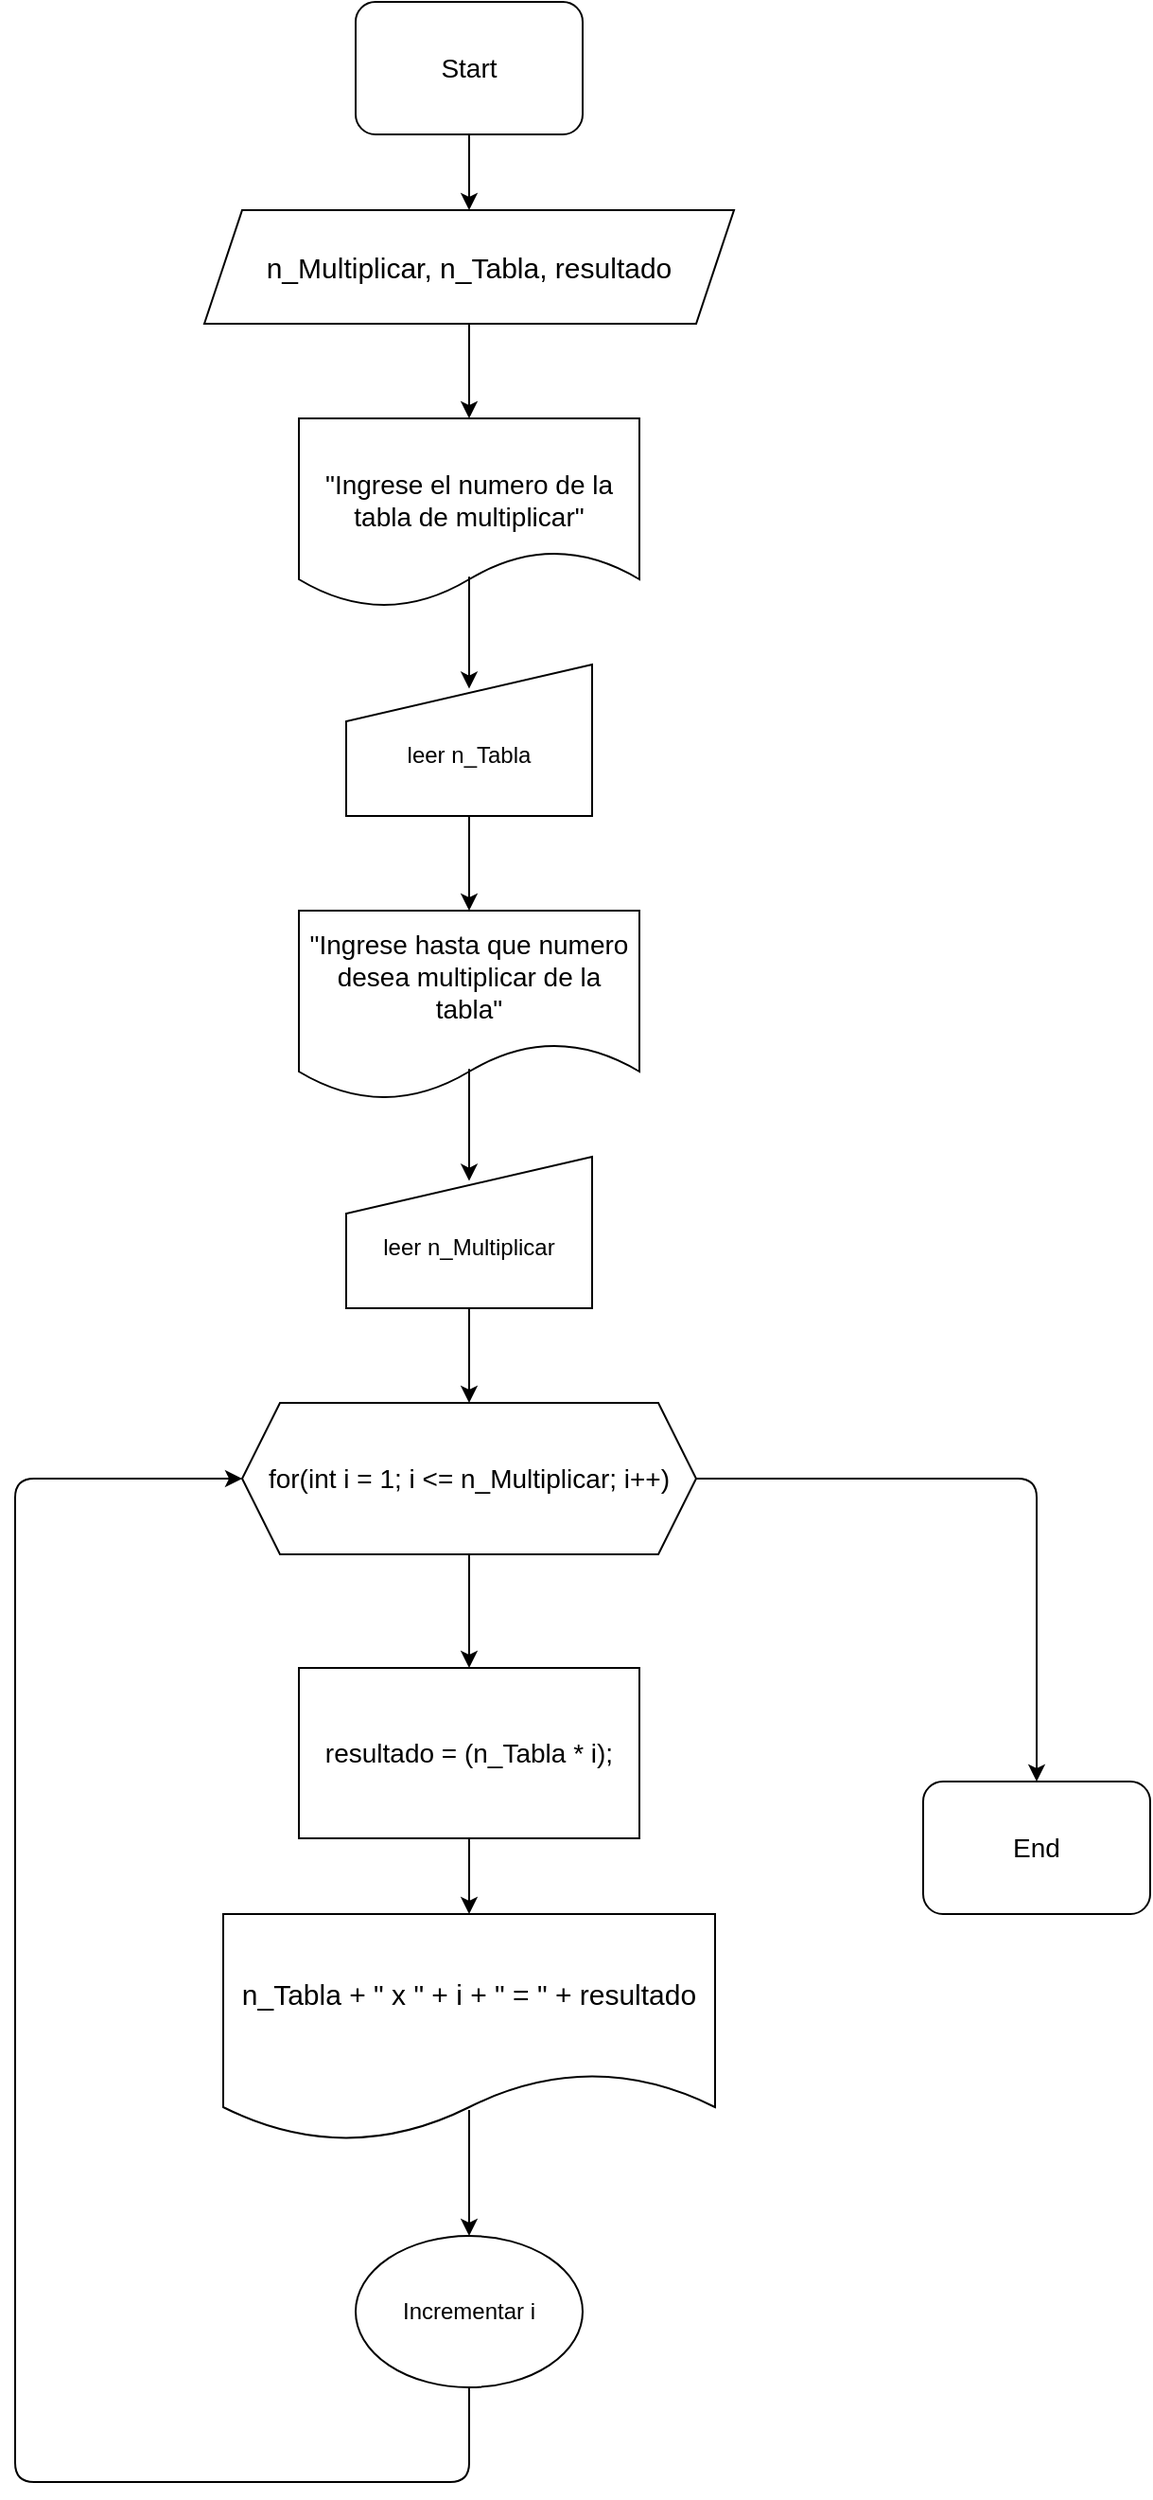
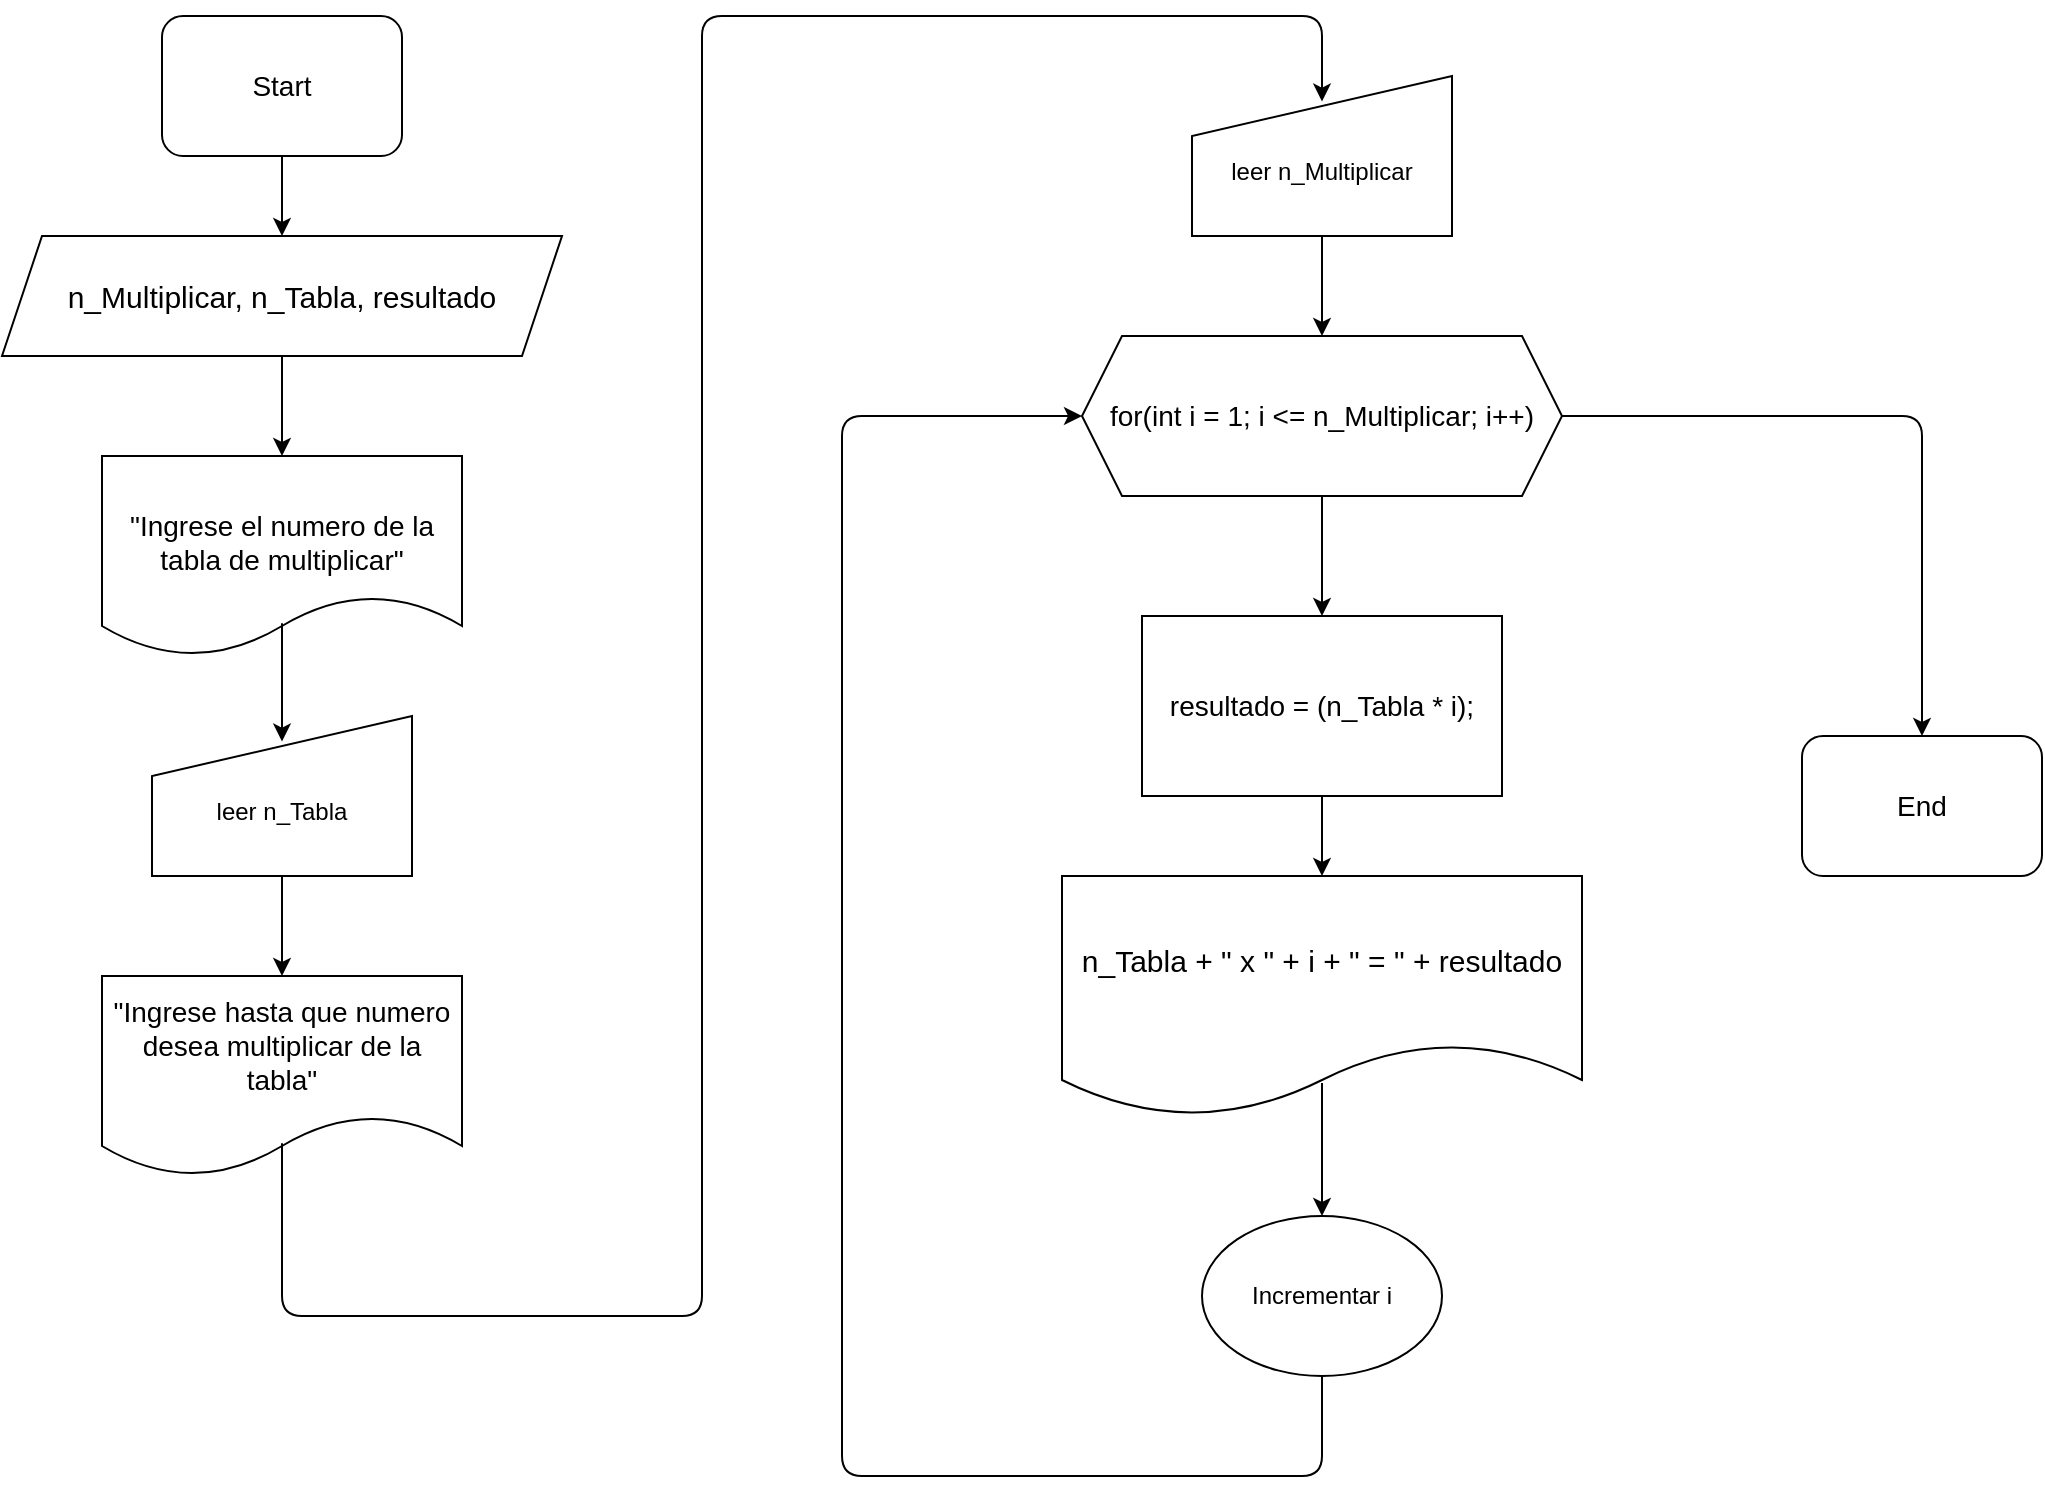
<mxfile host="65bd71144e">
    <diagram id="aW3MW3CRiCOUWoQpYGnL" name="Page-1">
-         <mxGraphModel dx="1897" dy="992" grid="1" gridSize="10" guides="1" tooltips="1" connect="1" arrows="1" fold="1" page="1" pageScale="1" pageWidth="850" pageHeight="1100" math="0" shadow="0">
+         <mxGraphModel dx="1886" dy="1124" grid="1" gridSize="10" guides="1" tooltips="1" connect="1" arrows="1" fold="1" page="1" pageScale="1" pageWidth="850" pageHeight="1100" math="0" shadow="0">
            <root>
                <mxCell id="0"/>
                <mxCell id="1" parent="0"/>
                <mxCell id="4" style="edgeStyle=none;html=1;entryX=0.5;entryY=0;entryDx=0;entryDy=0;" parent="1" source="2" target="3" edge="1">
                    <mxGeometry relative="1" as="geometry"/>
                </mxCell>
                <mxCell id="2" value="Start" style="rounded=1;whiteSpace=wrap;html=1;fontSize=14;" parent="1" vertex="1">
                    <mxGeometry x="370" y="20" width="120" height="70" as="geometry"/>
                </mxCell>
                <mxCell id="6" style="edgeStyle=none;html=1;entryX=0.5;entryY=0;entryDx=0;entryDy=0;" parent="1" source="3" target="5" edge="1">
                    <mxGeometry relative="1" as="geometry"/>
                </mxCell>
                <mxCell id="3" value="n_Multiplicar, n_Tabla, resultado" style="shape=parallelogram;perimeter=parallelogramPerimeter;whiteSpace=wrap;html=1;fixedSize=1;fontSize=15;" parent="1" vertex="1">
                    <mxGeometry x="290" y="130" width="280" height="60" as="geometry"/>
                </mxCell>
                <mxCell id="5" value="&lt;div&gt;&lt;br&gt;&lt;/div&gt;&quot;Ingrese el numero de la tabla de multiplicar&quot;" style="shape=document;whiteSpace=wrap;html=1;boundedLbl=1;fontSize=14;" parent="1" vertex="1">
                    <mxGeometry x="340" y="240" width="180" height="100" as="geometry"/>
                </mxCell>
                <mxCell id="21" style="edgeStyle=none;html=1;entryX=0.5;entryY=0;entryDx=0;entryDy=0;" parent="1" source="9" target="18" edge="1">
                    <mxGeometry relative="1" as="geometry"/>
                </mxCell>
                <mxCell id="9" value="&lt;div&gt;&lt;br&gt;&lt;/div&gt;leer n_Tabla" style="shape=manualInput;whiteSpace=wrap;html=1;" parent="1" vertex="1">
                    <mxGeometry x="365" y="370" width="130" height="80" as="geometry"/>
                </mxCell>
                <mxCell id="10" style="edgeStyle=none;html=1;entryX=0.5;entryY=0.16;entryDx=0;entryDy=0;entryPerimeter=0;exitX=0.5;exitY=0.836;exitDx=0;exitDy=0;exitPerimeter=0;" parent="1" source="5" target="9" edge="1">
                    <mxGeometry relative="1" as="geometry"/>
                </mxCell>
                <mxCell id="18" value="&quot;Ingrese hasta que numero desea multiplicar de la tabla&quot;" style="shape=document;whiteSpace=wrap;html=1;boundedLbl=1;fontSize=14;" parent="1" vertex="1">
                    <mxGeometry x="340" y="500" width="180" height="100" as="geometry"/>
                </mxCell>
-                 <mxCell id="23" style="edgeStyle=none;html=1;entryX=0.5;entryY=0;entryDx=0;entryDy=0;" edge="1" parent="1" source="19" target="22">
+                 <mxCell id="23" style="edgeStyle=none;html=1;entryX=0.5;entryY=0;entryDx=0;entryDy=0;" parent="1" source="19" target="22" edge="1">
                    <mxGeometry relative="1" as="geometry"/>
                </mxCell>
                <mxCell id="19" value="&lt;div&gt;&lt;br&gt;&lt;/div&gt;leer n_Multiplicar" style="shape=manualInput;whiteSpace=wrap;html=1;" parent="1" vertex="1">
-                     <mxGeometry x="365" y="630" width="130" height="80" as="geometry"/>
+                     <mxGeometry x="885" y="50" width="130" height="80" as="geometry"/>
                </mxCell>
                <mxCell id="20" style="edgeStyle=none;html=1;entryX=0.5;entryY=0.16;entryDx=0;entryDy=0;entryPerimeter=0;exitX=0.5;exitY=0.836;exitDx=0;exitDy=0;exitPerimeter=0;" parent="1" source="18" target="19" edge="1">
-                     <mxGeometry relative="1" as="geometry"/>
-                 </mxCell>
-                 <mxCell id="26" value="" style="edgeStyle=none;html=1;" edge="1" parent="1" source="22" target="25">
-                     <mxGeometry relative="1" as="geometry"/>
-                 </mxCell>
-                 <mxCell id="34" style="edgeStyle=none;html=1;exitX=1;exitY=0.5;exitDx=0;exitDy=0;" edge="1" parent="1" source="22">
                    <mxGeometry relative="1" as="geometry">
-                         <mxPoint x="730" y="960" as="targetPoint"/>
                        <Array as="points">
-                             <mxPoint x="730" y="800"/>
+                             <mxPoint x="430" y="670"/>
+                             <mxPoint x="640" y="670"/>
+                             <mxPoint x="640" y="610"/>
+                             <mxPoint x="640" y="20"/>
+                             <mxPoint x="950" y="20"/>
                        </Array>
                    </mxGeometry>
                </mxCell>
-                 <mxCell id="22" value="for(int i = 1; i &amp;lt;= n_Multiplicar; i++)" style="shape=hexagon;perimeter=hexagonPerimeter2;whiteSpace=wrap;html=1;fixedSize=1;fontSize=14;" vertex="1" parent="1">
-                     <mxGeometry x="310" y="760" width="240" height="80" as="geometry"/>
-                 </mxCell>
-                 <mxCell id="29" style="edgeStyle=none;html=1;entryX=0.5;entryY=0;entryDx=0;entryDy=0;" edge="1" parent="1" source="25" target="28">
+                 <mxCell id="26" value="" style="edgeStyle=none;html=1;" parent="1" source="22" target="25" edge="1">
                    <mxGeometry relative="1" as="geometry"/>
                </mxCell>
-                 <mxCell id="25" value="resultado = (n_Tabla * i);" style="whiteSpace=wrap;html=1;fontSize=14;" vertex="1" parent="1">
-                     <mxGeometry x="340" y="900" width="180" height="90" as="geometry"/>
-                 </mxCell>
-                 <mxCell id="31" style="edgeStyle=none;html=1;entryX=0.5;entryY=0;entryDx=0;entryDy=0;exitX=0.5;exitY=0.862;exitDx=0;exitDy=0;exitPerimeter=0;" edge="1" parent="1" source="28" target="30">
-                     <mxGeometry relative="1" as="geometry"/>
-                 </mxCell>
-                 <mxCell id="28" value="n_Tabla + &quot; x &quot; + i + &quot; = &quot; + resultado" style="shape=document;whiteSpace=wrap;html=1;boundedLbl=1;fontSize=15;" vertex="1" parent="1">
-                     <mxGeometry x="300" y="1030" width="260" height="120" as="geometry"/>
-                 </mxCell>
-                 <mxCell id="30" value="Incrementar i" style="ellipse;whiteSpace=wrap;html=1;" vertex="1" parent="1">
-                     <mxGeometry x="370" y="1200" width="120" height="80" as="geometry"/>
-                 </mxCell>
-                 <mxCell id="33" style="edgeStyle=none;html=1;exitX=0.5;exitY=1;exitDx=0;exitDy=0;entryX=0;entryY=0.5;entryDx=0;entryDy=0;" edge="1" parent="1" source="30" target="22">
+                 <mxCell id="34" style="edgeStyle=none;html=1;exitX=1;exitY=0.5;exitDx=0;exitDy=0;" parent="1" source="22" edge="1">
                    <mxGeometry relative="1" as="geometry">
-                         <mxPoint x="290" y="1079" as="targetPoint"/>
+                         <mxPoint x="1250" y="380" as="targetPoint"/>
                        <Array as="points">
-                             <mxPoint x="430" y="1330"/>
-                             <mxPoint x="190" y="1330"/>
-                             <mxPoint x="190" y="1210"/>
-                             <mxPoint x="190" y="800"/>
+                             <mxPoint x="1250" y="220"/>
                        </Array>
                    </mxGeometry>
                </mxCell>
-                 <mxCell id="35" value="End" style="rounded=1;whiteSpace=wrap;html=1;fontSize=14;" vertex="1" parent="1">
-                     <mxGeometry x="670" y="960" width="120" height="70" as="geometry"/>
+                 <mxCell id="22" value="for(int i = 1; i &amp;lt;= n_Multiplicar; i++)" style="shape=hexagon;perimeter=hexagonPerimeter2;whiteSpace=wrap;html=1;fixedSize=1;fontSize=14;" parent="1" vertex="1">
+                     <mxGeometry x="830" y="180" width="240" height="80" as="geometry"/>
+                 </mxCell>
+                 <mxCell id="29" style="edgeStyle=none;html=1;entryX=0.5;entryY=0;entryDx=0;entryDy=0;" parent="1" source="25" target="28" edge="1">
+                     <mxGeometry relative="1" as="geometry"/>
+                 </mxCell>
+                 <mxCell id="25" value="resultado = (n_Tabla * i);" style="whiteSpace=wrap;html=1;fontSize=14;" parent="1" vertex="1">
+                     <mxGeometry x="860" y="320" width="180" height="90" as="geometry"/>
+                 </mxCell>
+                 <mxCell id="31" style="edgeStyle=none;html=1;entryX=0.5;entryY=0;entryDx=0;entryDy=0;exitX=0.5;exitY=0.862;exitDx=0;exitDy=0;exitPerimeter=0;" parent="1" source="28" target="30" edge="1">
+                     <mxGeometry relative="1" as="geometry"/>
+                 </mxCell>
+                 <mxCell id="28" value="n_Tabla + &quot; x &quot; + i + &quot; = &quot; + resultado" style="shape=document;whiteSpace=wrap;html=1;boundedLbl=1;fontSize=15;" parent="1" vertex="1">
+                     <mxGeometry x="820" y="450" width="260" height="120" as="geometry"/>
+                 </mxCell>
+                 <mxCell id="30" value="Incrementar i" style="ellipse;whiteSpace=wrap;html=1;" parent="1" vertex="1">
+                     <mxGeometry x="890" y="620" width="120" height="80" as="geometry"/>
+                 </mxCell>
+                 <mxCell id="33" style="edgeStyle=none;html=1;exitX=0.5;exitY=1;exitDx=0;exitDy=0;entryX=0;entryY=0.5;entryDx=0;entryDy=0;" parent="1" source="30" target="22" edge="1">
+                     <mxGeometry relative="1" as="geometry">
+                         <mxPoint x="810" y="499" as="targetPoint"/>
+                         <Array as="points">
+                             <mxPoint x="950" y="750"/>
+                             <mxPoint x="710" y="750"/>
+                             <mxPoint x="710" y="630"/>
+                             <mxPoint x="710" y="220"/>
+                         </Array>
+                     </mxGeometry>
+                 </mxCell>
+                 <mxCell id="35" value="End" style="rounded=1;whiteSpace=wrap;html=1;fontSize=14;" parent="1" vertex="1">
+                     <mxGeometry x="1190" y="380" width="120" height="70" as="geometry"/>
                </mxCell>
            </root>
        </mxGraphModel>
    </diagram>
</mxfile>